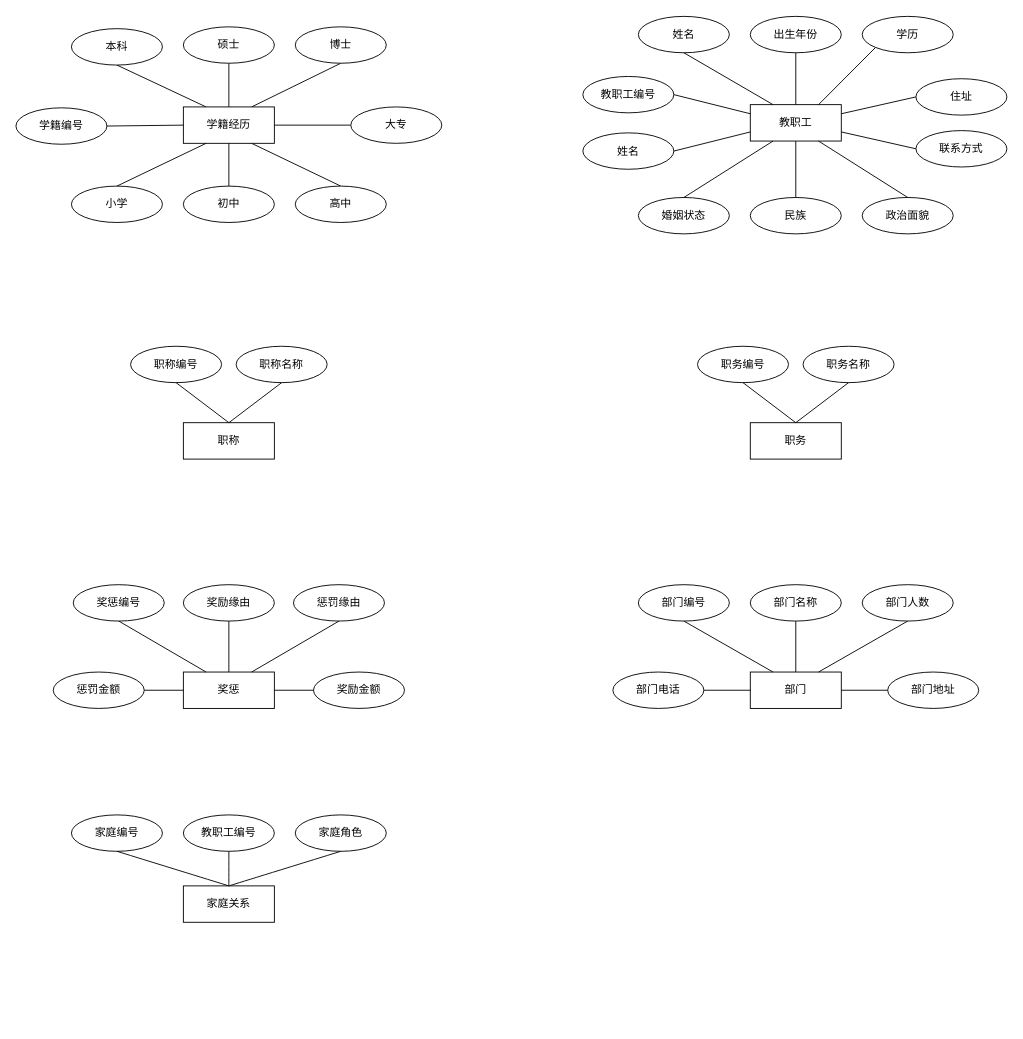
The draw.io diagram page "局部ER图" (1 of 3) of software-engineering/shrs.drawio in Pineapple666/Draw, before the edit. Source tidied: cells renumbered, new cells numbered last; positions are measured from the earlier drawing's top-left corner, leaving out a move shared by most shapes. Both pictures are drawn from the tidied source at 91%, with x=0, y=0 at pixel (15, 15).
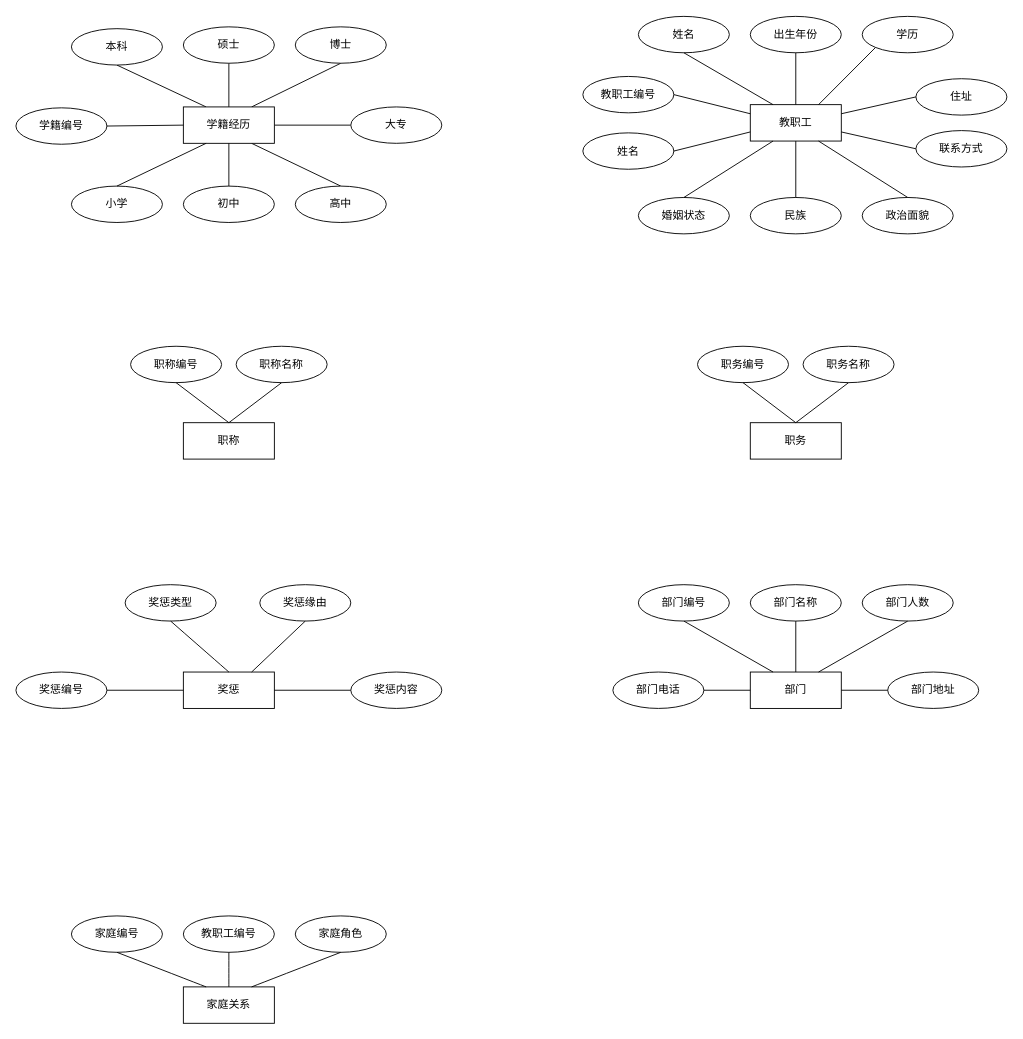
The same diagram, later.

The change refers to these unchanged cells:
```xml
<mxCell id="49" value="奖惩" style="whiteSpace=wrap;html=1;align=center;" parent="1" vertex="1">
  <mxGeometry x="184" y="721" width="100" height="40" as="geometry" />
</mxCell>
```

Diff of the diagram source:
```diff
@@
     <mxCell id="50" value="奖惩编号" style="ellipse;whiteSpace=wrap;html=1;align=center;" parent="1" vertex="1">
-      <mxGeometry x="63" y="625" width="100" height="40" as="geometry" />
+      <mxGeometry y="721" width="100" height="40" as="geometry" />
     </mxCell>
-    <mxCell id="51" value="奖励缘由" style="ellipse;whiteSpace=wrap;html=1;align=center;" parent="1" vertex="1">
-      <mxGeometry x="184" y="625" width="100" height="40" as="geometry" />
+    <mxCell id="51" value="奖惩缘由" style="ellipse;whiteSpace=wrap;html=1;align=center;" parent="1" vertex="1">
+      <mxGeometry x="268" y="625" width="100" height="40" as="geometry" />
     </mxCell>
-    <mxCell id="52" value="惩罚缘由" style="ellipse;whiteSpace=wrap;html=1;align=center;" parent="1" vertex="1">
-      <mxGeometry x="305" y="625" width="100" height="40" as="geometry" />
-    </mxCell>
-    <mxCell id="53" value="奖励金额" style="ellipse;whiteSpace=wrap;html=1;align=center;" parent="1" vertex="1">
-      <mxGeometry x="327" y="721" width="100" height="40" as="geometry" />
+    <mxCell id="53" value="奖惩内容" style="ellipse;whiteSpace=wrap;html=1;align=center;" parent="1" vertex="1">
+      <mxGeometry x="368" y="721" width="100" height="40" as="geometry" />
     </mxCell>
-    <mxCell id="54" value="惩罚金额" style="ellipse;whiteSpace=wrap;html=1;align=center;" parent="1" vertex="1">
-      <mxGeometry x="41" y="721" width="100" height="40" as="geometry" />
-    </mxCell>
-    <mxCell id="55" style="endArrow=none;html=1;rounded=0;exitX=0.25;exitY=0;exitDx=0;exitDy=0;entryX=0.5;entryY=1;entryDx=0;entryDy=0;" parent="1" edge="1" source="49" target="50">
+    <mxCell id="55" style="endArrow=none;html=1;rounded=0;exitX=0;exitY=0.5;exitDx=0;exitDy=0;entryX=1;entryY=0.5;entryDx=0;entryDy=0;" parent="1" edge="1" source="49" target="50">
       <mxGeometry relative="1" as="geometry" />
     </mxCell>
-    <mxCell id="56" style="endArrow=none;html=1;rounded=0;exitX=0.5;exitY=0;exitDx=0;exitDy=0;entryX=0.5;entryY=1;entryDx=0;entryDy=0;" parent="1" edge="1" source="49" target="51">
+    <mxCell id="56" style="endArrow=none;html=1;rounded=0;exitX=0.75;exitY=0;exitDx=0;exitDy=0;entryX=0.5;entryY=1;entryDx=0;entryDy=0;" parent="1" edge="1" source="49" target="51">
       <mxGeometry relative="1" as="geometry" />
     </mxCell>
-    <mxCell id="57" style="endArrow=none;html=1;rounded=0;exitX=0.75;exitY=0;exitDx=0;exitDy=0;entryX=0.5;entryY=1;entryDx=0;entryDy=0;" parent="1" edge="1" source="49" target="52">
-      <mxGeometry relative="1" as="geometry" />
-    </mxCell>
@@
-    <mxCell id="59" style="endArrow=none;html=1;rounded=0;exitX=0;exitY=0.5;exitDx=0;exitDy=0;entryX=1;entryY=0.5;entryDx=0;entryDy=0;" parent="1" edge="1" source="49" target="54">
-      <mxGeometry relative="1" as="geometry" />
-    </mxCell>
@@
     <mxCell id="72" value="家庭关系" style="whiteSpace=wrap;html=1;align=center;" parent="1" vertex="1">
-      <mxGeometry x="184" y="956" width="100" height="40" as="geometry" />
+      <mxGeometry x="184" y="1067" width="100" height="40" as="geometry" />
     </mxCell>
     <mxCell id="73" value="家庭编号" style="ellipse;whiteSpace=wrap;html=1;align=center;" parent="1" vertex="1">
-      <mxGeometry x="61" y="878" width="100" height="40" as="geometry" />
+      <mxGeometry x="61" y="989" width="100" height="40" as="geometry" />
     </mxCell>
     <mxCell id="74" value="教职工编号" style="ellipse;whiteSpace=wrap;html=1;align=center;" parent="1" vertex="1">
-      <mxGeometry x="184" y="878" width="100" height="40" as="geometry" />
+      <mxGeometry x="184" y="989" width="100" height="40" as="geometry" />
     </mxCell>
     <mxCell id="75" value="家庭角色" style="ellipse;whiteSpace=wrap;html=1;align=center;" parent="1" vertex="1">
-      <mxGeometry x="307" y="878" width="100" height="40" as="geometry" />
+      <mxGeometry x="307" y="989" width="100" height="40" as="geometry" />
     </mxCell>
-    <mxCell id="76" style="endArrow=none;html=1;rounded=0;fontSize=12;startSize=8;endSize=8;curved=1;entryX=0.5;entryY=1;entryDx=0;entryDy=0;exitX=0.5;exitY=0;exitDx=0;exitDy=0;" parent="1" edge="1" source="72" target="73">
+    <mxCell id="76" style="endArrow=none;html=1;rounded=0;fontSize=12;startSize=8;endSize=8;curved=1;entryX=0.5;entryY=1;entryDx=0;entryDy=0;exitX=0.25;exitY=0;exitDx=0;exitDy=0;" parent="1" edge="1" source="72" target="73">
       <mxGeometry relative="1" as="geometry" />
     </mxCell>
@@
-    <mxCell id="78" style="endArrow=none;html=1;rounded=0;fontSize=12;startSize=8;endSize=8;curved=1;entryX=0.5;entryY=1;entryDx=0;entryDy=0;exitX=0.5;exitY=0;exitDx=0;exitDy=0;" parent="1" edge="1" source="72" target="75">
+    <mxCell id="78" style="endArrow=none;html=1;rounded=0;fontSize=12;startSize=8;endSize=8;curved=1;entryX=0.5;entryY=1;entryDx=0;entryDy=0;exitX=0.75;exitY=0;exitDx=0;exitDy=0;" parent="1" edge="1" source="72" target="75">
       <mxGeometry relative="1" as="geometry" />
     </mxCell>
+    <mxCell id="79" value="奖惩类型" style="ellipse;whiteSpace=wrap;html=1;align=center;" parent="1" vertex="1">
+      <mxGeometry x="120" y="625" width="100" height="40" as="geometry" />
+    </mxCell>
+    <mxCell id="80" style="endArrow=none;html=1;rounded=0;fontSize=12;startSize=8;endSize=8;curved=1;entryX=0.5;entryY=1;entryDx=0;entryDy=0;exitX=0.5;exitY=0;exitDx=0;exitDy=0;" parent="1" edge="1" source="49" target="79">
+      <mxGeometry relative="1" as="geometry" />
+    </mxCell>
```
